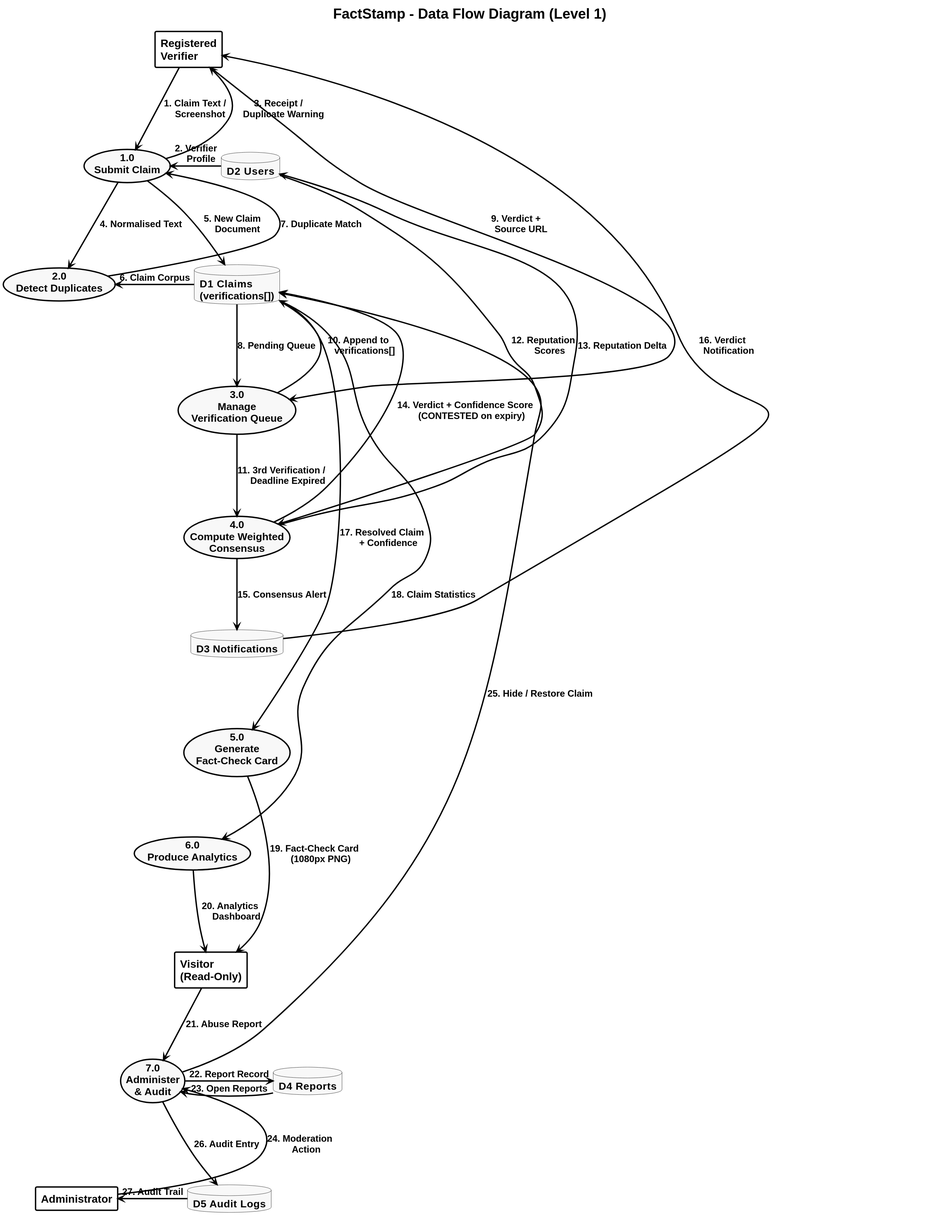
aadish0day/typst keeps this PlantUML diagram as FactStamp/black_book_draft/03_Requirements_and_Analysis/attachments/dfd_level_1.svg. Above is the earlier version.
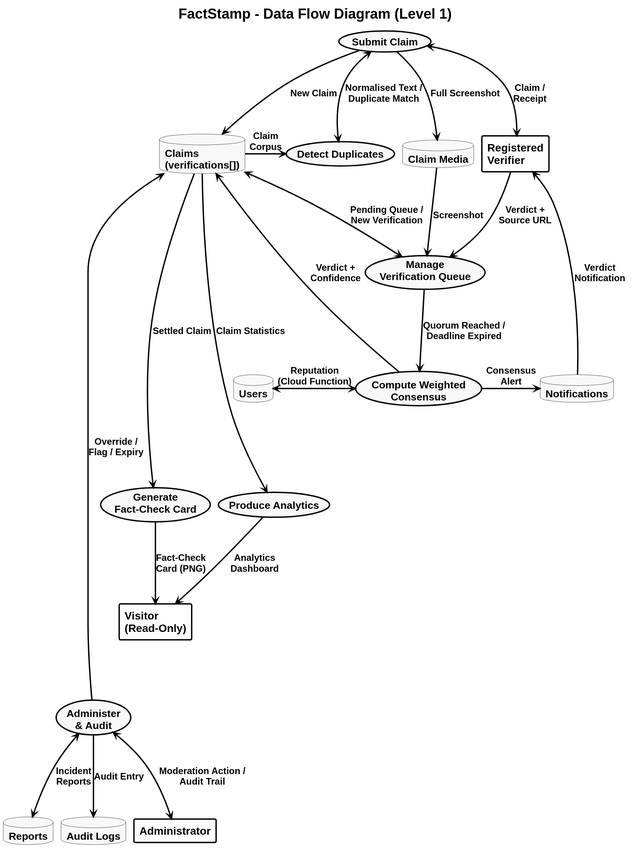
The same diagram one commit later.

Diff of the diagram source:
```diff
@@ -36,58 +36,50 @@
 title FactStamp - Data Flow Diagram (Level 1)
 
 rectangle "Registered\nVerifier" as VER
+usecase "Submit Claim" as P1
+usecase "Detect Duplicates" as P2
+database "Claims\n(verifications[])" as D1
+database "Claim Media" as D6
+usecase "Manage\nVerification Queue" as P3
+usecase "Compute Weighted\nConsensus" as P4
+database "Users" as D2
+database "Notifications" as D3
+usecase "Produce Analytics" as P6
+usecase "Generate\nFact-Check Card" as P5
+rectangle "Visitor\n(Read-Only)" as VIS
+usecase "Administer\n& Audit" as P7
+database "Reports" as D4
+database "Audit Logs" as D5
+rectangle "Administrator" as ADM
 
-usecase "1.0\nSubmit Claim" as P1
-database "D2  Users" as D2
-usecase "2.0\nDetect Duplicates" as P2
-database "D1  Claims\n(verifications[])" as D1
-usecase "3.0\nManage\nVerification Queue" as P3
-usecase "4.0\nCompute Weighted\nConsensus" as P4
-database "D3  Notifications" as D3
-usecase "5.0\nGenerate\nFact-Check Card" as P5
-usecase "6.0\nProduce Analytics" as P6
-rectangle "Visitor\n(Read-Only)" as VIS
-usecase "7.0\nAdminister\n& Audit" as P7
-database "D4  Reports" as D4
-rectangle "Administrator" as ADM
-database "D5  Audit Logs" as D5
+D1  -[hidden]right- D6
+D2  -[hidden]right- P4
+P4  -[hidden]down- P5
+P4  -[hidden]down- P6
+VIS -[hidden]down- P7
 
-VER -[hidden]-> D2
-D3  -[hidden]-> P5
-P5  -[hidden]-> P6
-VIS -[hidden]-> D4
-P7  -[hidden]-> ADM
+P1 <-right-> VER : "Claim /\nReceipt"
+P1  <--> P2 : "Normalised Text /\nDuplicate Match"
+P1  --> D1 : "New Claim"
+P1  --> D6 : "Full Screenshot"
+D1  -left-> P2 : "Claim\nCorpus"
 
-VER --> P1 : "1. Claim Text /\n    Screenshot"
-D2  -[norank]-> P1 : "2. Verifier\n    Profile"
-P1  -[norank]-> VER : "3. Receipt /\n    Duplicate Warning"
-P1  --> P2 : "4. Normalised Text"
-P1  --> D1 : "5. New Claim\n    Document"
+VER --> P3 : "Verdict +\nSource URL"
+D1  <--> P3 : "Pending Queue /\nNew Verification"
+D6  --> P3 : "Screenshot"
+P3  --> P4 : "Quorum Reached /\nDeadline Expired"
+D2  <-[norank]-> P4 : "Reputation\n(Cloud Function)"
+D1 <-- P4 : "Verdict +\nConfidence"
+P4  -right-> D3 : "Consensus\nAlert"
+VER <-- D3 : "Verdict\nNotification"
 
-D1 -[norank]-> P2 : "6. Claim Corpus"
-P2 -[norank]-> P1 : "7. Duplicate Match"
+D1  --> P5 : "Settled Claim"
+D1  --> P6 : "Claim Statistics"
+P5  --> VIS : "Fact-Check\nCard (PNG)"
+P6  --> VIS : "Analytics\nDashboard"
 
-D1  --> P3 : "8. Pending Queue"
-VER -[norank]-> P3 : "9. Verdict +\n    Source URL"
-P3  -[norank]-> D1 : "10. Append to\n     verifications[]"
-P3  --> P4 : "11. 3rd Verification /\n     Deadline Expired"
-
-D2 -[norank]-> P4 : "12. Reputation\n     Scores"
-P4 -[norank]-> D2 : "13. Reputation Delta"
-P4 -[norank]-> D1 : "14. Verdict + Confidence Score\n     (CONTESTED on expiry)"
-P4 --> D3 : "15. Consensus Alert"
-D3 -[norank]-> VER : "16. Verdict\n     Notification"
-
-D1 -[norank]-> P5 : "17. Resolved Claim\n     + Confidence"
-D1 -[norank]-> P6 : "18. Claim Statistics"
-P5 --> VIS : "19. Fact-Check Card\n     (1080px PNG)"
-P6 --> VIS : "20. Analytics\n     Dashboard"
-
-VIS --> P7 : "21. Abuse Report"
-P7  -[norank]-> D4 : "22. Report Record"
-D4  -[norank]-> P7 : "23. Open Reports"
-ADM -[norank]-> P7 : "24. Moderation\n     Action"
-P7  -[norank]-> D1 : "25. Hide / Restore Claim"
-P7  --> D5 : "26. Audit Entry"
-D5  -[norank]-> ADM : "27. Audit Trail"
+ADM <-up-> P7 : "Moderation Action /\nAudit Trail"
+P7  <--> D4 : "Incident\nReports"
+P7  --> D5 : "Audit Entry"
+D1 <-- P7 : "Override /\nFlag / Expiry"
 @enduml
```
